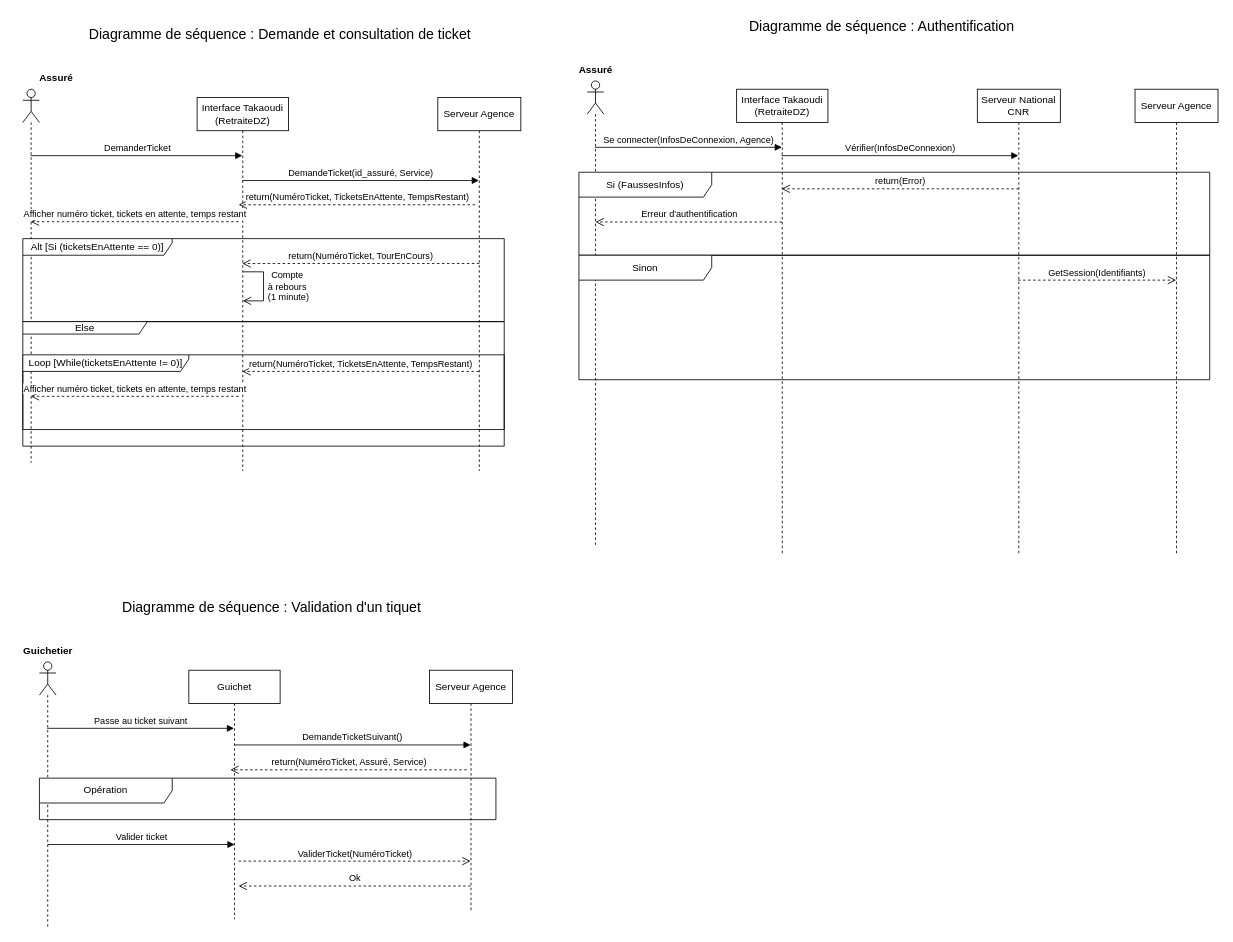
Above: page "Sequence2Tier" (5 of 7) of diagrams/Diagramme.drawio in rryyyymmmmmmmm/e-tickets_takaoudi (draw.io), before the change. Source tidied: cells renumbered, new cells numbered last; positions are measured from the earlier drawing's top-left corner, leaving out a move shared by most shapes. Both pictures are drawn from the tidied source at 83%, with x=0, y=0 at pixel (14, 14).
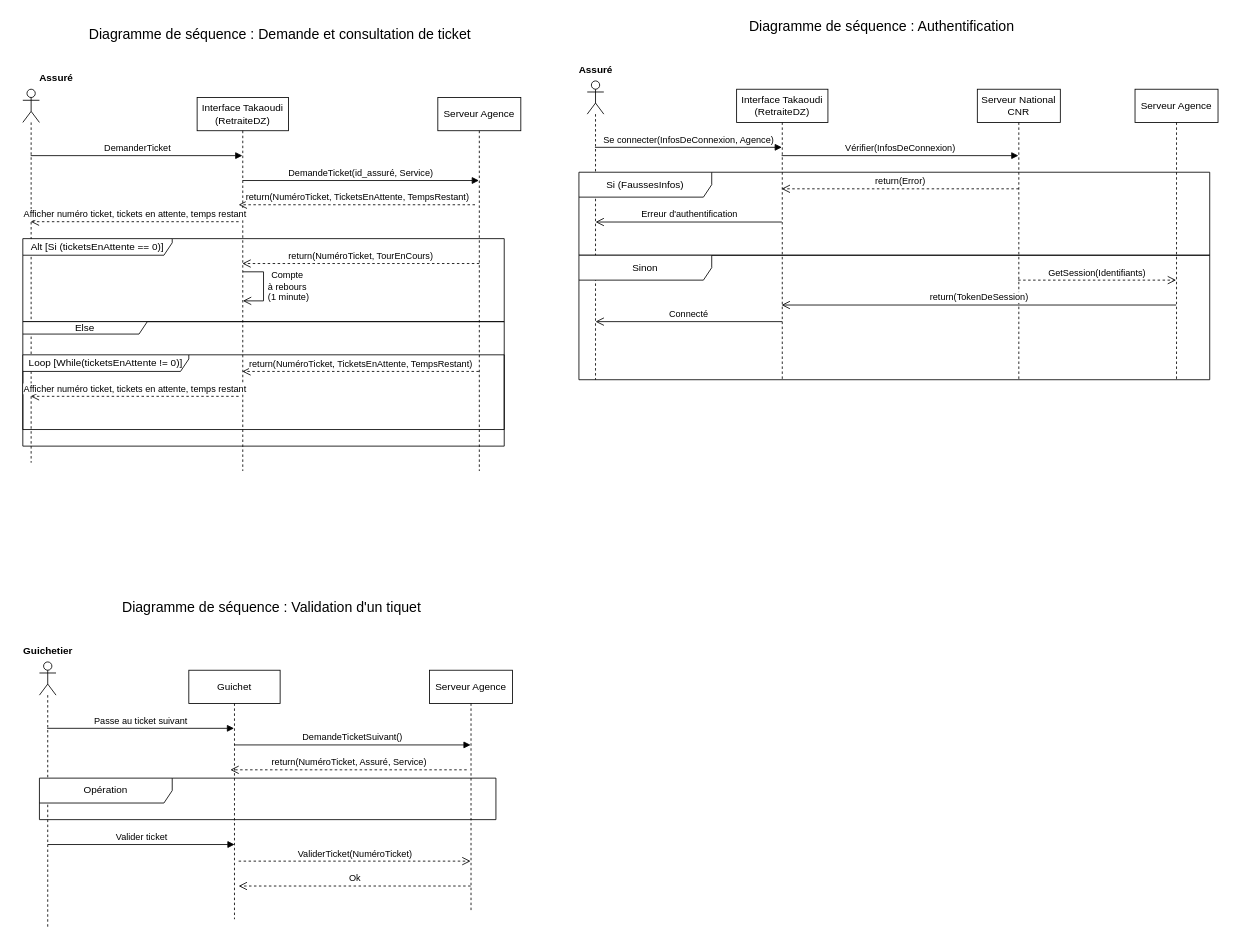
Above is the later version.

What changed in the source:
```diff
@@
     <mxCell id="17" style="shape=umlLifeline;perimeter=lifelinePerimeter;whiteSpace=wrap;html=1;newEdgeStyle={&quot;curved&quot;:0,&quot;rounded&quot;:0};participant=umlActor;" parent="1" vertex="1">
-      <mxGeometry x="690" y="80" width="20" height="560" as="geometry" />
+      <mxGeometry x="690" y="80" width="20" height="360" as="geometry" />
     </mxCell>
     <mxCell id="18" value="Serveur National CNR" style="shape=umlLifeline;perimeter=lifelinePerimeter;whiteSpace=wrap;html=1;newEdgeStyle={&quot;curved&quot;:0,&quot;rounded&quot;:0};" parent="1" vertex="1">
-      <mxGeometry x="1160" y="90" width="100" height="560" as="geometry" />
+      <mxGeometry x="1160" y="90" width="100" height="350" as="geometry" />
     </mxCell>
@@
     <mxCell id="22" value="Interface Takaoudi (RetraiteDZ)" style="shape=umlLifeline;perimeter=lifelinePerimeter;whiteSpace=wrap;html=1;outlineConnect=0;portConstraint=eastwest;newEdgeStyle={&quot;curved&quot;:0,&quot;rounded&quot;:0};" parent="1" vertex="1">
-      <mxGeometry x="870" y="90" width="110" height="560" as="geometry" />
+      <mxGeometry x="870" y="90" width="110" height="350" as="geometry" />
     </mxCell>
@@
-    <mxCell id="25" value="Erreur d'authentification" style="html=1;verticalAlign=bottom;endArrow=open;dashed=1;endSize=8;curved=0;rounded=0;" parent="1" edge="1" source="22">
+    <mxCell id="25" value="Erreur d'authentification" style="html=1;verticalAlign=bottom;endArrow=open;endSize=8;curved=0;rounded=0;" parent="1" edge="1" source="22">
       <mxGeometry relative="1" as="geometry">
         <mxPoint x="700" y="250" as="targetPoint" />
       </mxGeometry>
     </mxCell>
@@
     <mxCell id="28" value="Serveur Agence" style="shape=umlLifeline;perimeter=lifelinePerimeter;whiteSpace=wrap;html=1;newEdgeStyle={&quot;curved&quot;:0,&quot;rounded&quot;:0};" parent="1" vertex="1">
-      <mxGeometry x="1350" y="90" width="100" height="560" as="geometry" />
+      <mxGeometry x="1350" y="90" width="100" height="350" as="geometry" />
     </mxCell>
@@
+    <mxCell id="43" value="return(TokenDeSession)" style="html=1;verticalAlign=bottom;endArrow=open;endSize=8;curved=0;rounded=0;" parent="1" edge="1">
+      <mxGeometry relative="1" as="geometry">
+        <mxPoint x="1399.5" y="350" as="sourcePoint" />
+        <mxPoint x="924.1" y="350" as="targetPoint" />
+      </mxGeometry>
+    </mxCell>
+    <mxCell id="44" value="Connecté" style="html=1;verticalAlign=bottom;endArrow=open;endSize=8;curved=0;rounded=0;" parent="1" edge="1">
+      <mxGeometry relative="1" as="geometry">
+        <mxPoint x="925" y="370" as="sourcePoint" />
+        <mxPoint x="700" y="370" as="targetPoint" />
+      </mxGeometry>
+    </mxCell>
```
